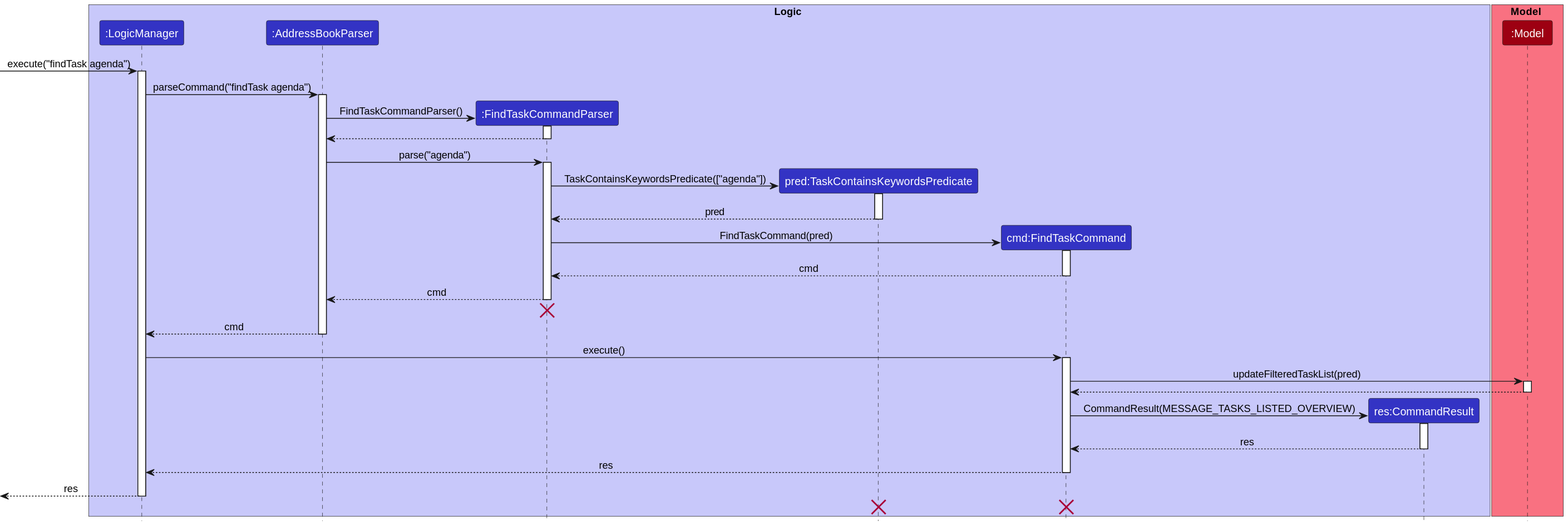
Above: docs/assets/svg/dg/FindTaskSequenceDiagram.svg in pra-navi/tp (PlantUML), before the change. Source of this version:
```plantuml
@startuml
!include style.puml
skinparam ArrowFontStyle plain

box Logic LOGIC_COLOR_T1
participant ":LogicManager" as LogicManager LOGIC_COLOR
participant ":AddressBookParser" as AddressBookParser LOGIC_COLOR
participant ":FindTaskCommandParser" as FindTaskCommandParser LOGIC_COLOR
participant "pred:TaskContainsKeywordsPredicate" as TaskContainsKeywordsPredicate LOGIC_COLOR
participant "cmd:FindTaskCommand" as FindTaskCommand LOGIC_COLOR
participant "res:CommandResult" as CommandResult LOGIC_COLOR
end box

box Model MODEL_COLOR_T1
participant ":Model" as Model MODEL_COLOR
end box

[-> LogicManager : execute("findTask agenda")
activate LogicManager

LogicManager -> AddressBookParser : parseCommand("findTask agenda")
activate AddressBookParser

create FindTaskCommandParser
AddressBookParser -> FindTaskCommandParser : FindTaskCommandParser()
activate FindTaskCommandParser

FindTaskCommandParser --> AddressBookParser
deactivate FindTaskCommandParser

AddressBookParser -> FindTaskCommandParser : parse("agenda")
activate FindTaskCommandParser

create TaskContainsKeywordsPredicate
FindTaskCommandParser -> TaskContainsKeywordsPredicate : TaskContainsKeywordsPredicate(["agenda"])
activate TaskContainsKeywordsPredicate

TaskContainsKeywordsPredicate --> FindTaskCommandParser : pred
deactivate TaskContainsKeywordsPredicate

create FindTaskCommand
FindTaskCommandParser -> FindTaskCommand : FindTaskCommand(pred)
activate FindTaskCommand

FindTaskCommand --> FindTaskCommandParser : cmd
deactivate FindTaskCommand

FindTaskCommandParser --> AddressBookParser : cmd
deactivate FindTaskCommandParser

FindTaskCommandParser -[hidden]-> AddressBookParser
destroy FindTaskCommandParser

AddressBookParser --> LogicManager : cmd
deactivate AddressBookParser

LogicManager -> FindTaskCommand : execute()
activate FindTaskCommand

FindTaskCommand -> Model : updateFilteredTaskList(pred)
activate Model

Model --> FindTaskCommand
deactivate Model

create CommandResult
FindTaskCommand -> CommandResult : CommandResult(MESSAGE_TASKS_LISTED_OVERVIEW)
activate CommandResult

CommandResult --> FindTaskCommand : res
deactivate CommandResult

FindTaskCommand --> LogicManager : res
deactivate FindTaskCommand

[<--LogicManager : res
deactivate LogicManager

TaskContainsKeywordsPredicate -[hidden]-> LogicManager
destroy TaskContainsKeywordsPredicate
destroy FindTaskCommand




@enduml
```
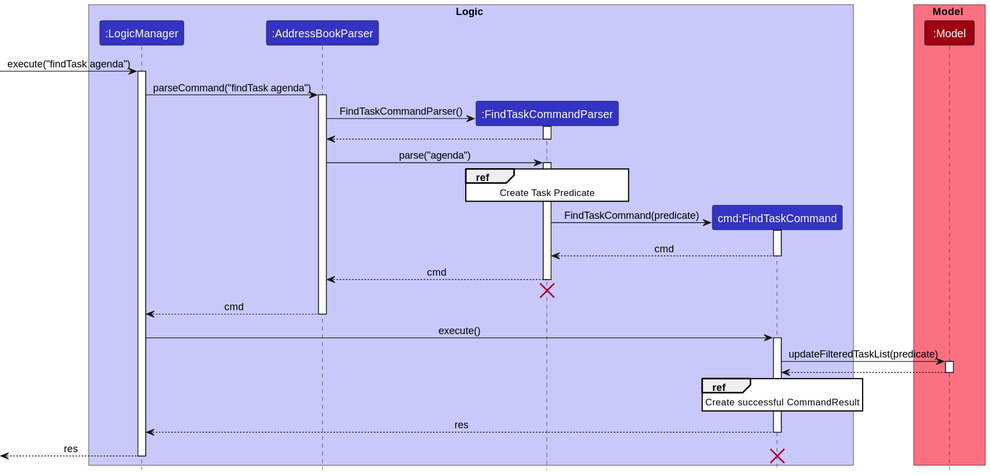
Later version of the same file.

Commit message:
docs: Simplify Find Task sequence diagram using reference frames

What changed in the source:
```diff
@@ -1,14 +1,13 @@
 @startuml
 !include style.puml
 skinparam ArrowFontStyle plain
+skinparam sequenceReferenceBackgroundColor white
 
 box Logic LOGIC_COLOR_T1
 participant ":LogicManager" as LogicManager LOGIC_COLOR
 participant ":AddressBookParser" as AddressBookParser LOGIC_COLOR
 participant ":FindTaskCommandParser" as FindTaskCommandParser LOGIC_COLOR
-participant "pred:TaskContainsKeywordsPredicate" as TaskContainsKeywordsPredicate LOGIC_COLOR
 participant "cmd:FindTaskCommand" as FindTaskCommand LOGIC_COLOR
-participant "res:CommandResult" as CommandResult LOGIC_COLOR
 end box
 
 box Model MODEL_COLOR_T1
@@ -31,15 +30,10 @@
 AddressBookParser -> FindTaskCommandParser : parse("agenda")
 activate FindTaskCommandParser
 
-create TaskContainsKeywordsPredicate
-FindTaskCommandParser -> TaskContainsKeywordsPredicate : TaskContainsKeywordsPredicate(["agenda"])
-activate TaskContainsKeywordsPredicate
-
-TaskContainsKeywordsPredicate --> FindTaskCommandParser : pred
-deactivate TaskContainsKeywordsPredicate
+ref over FindTaskCommandParser: Create Task Predicate
 
 create FindTaskCommand
-FindTaskCommandParser -> FindTaskCommand : FindTaskCommand(pred)
+FindTaskCommandParser -> FindTaskCommand : FindTaskCommand(predicate)
 activate FindTaskCommand
 
 FindTaskCommand --> FindTaskCommandParser : cmd
@@ -57,18 +51,13 @@
 LogicManager -> FindTaskCommand : execute()
 activate FindTaskCommand
 
-FindTaskCommand -> Model : updateFilteredTaskList(pred)
+FindTaskCommand -> Model : updateFilteredTaskList(predicate)
 activate Model
 
 Model --> FindTaskCommand
 deactivate Model
 
-create CommandResult
-FindTaskCommand -> CommandResult : CommandResult(MESSAGE_TASKS_LISTED_OVERVIEW)
-activate CommandResult
-
-CommandResult --> FindTaskCommand : res
-deactivate CommandResult
+ref over FindTaskCommand: Create successful CommandResult
 
 FindTaskCommand --> LogicManager : res
 deactivate FindTaskCommand
@@ -76,11 +65,5 @@
 [<--LogicManager : res
 deactivate LogicManager
 
-TaskContainsKeywordsPredicate -[hidden]-> LogicManager
-destroy TaskContainsKeywordsPredicate
 destroy FindTaskCommand
-
-
-
-
 @enduml
```
